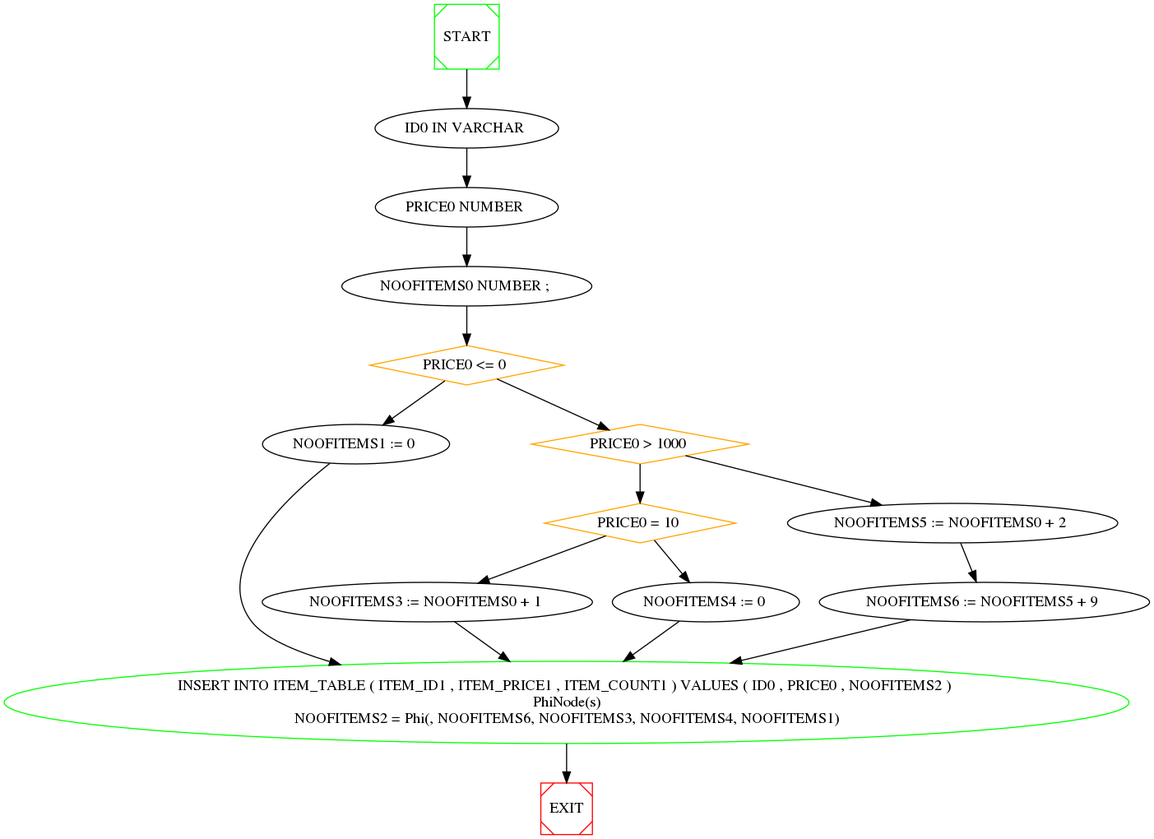
NabeelQaiser/BTP_2k18-19 keeps this Graphviz diagram as se/versioned_phi_node_wala_graph.png. Above is the earlier version. Its source is kept beside it as se/versioned_phi_node_wala_graph.dot.
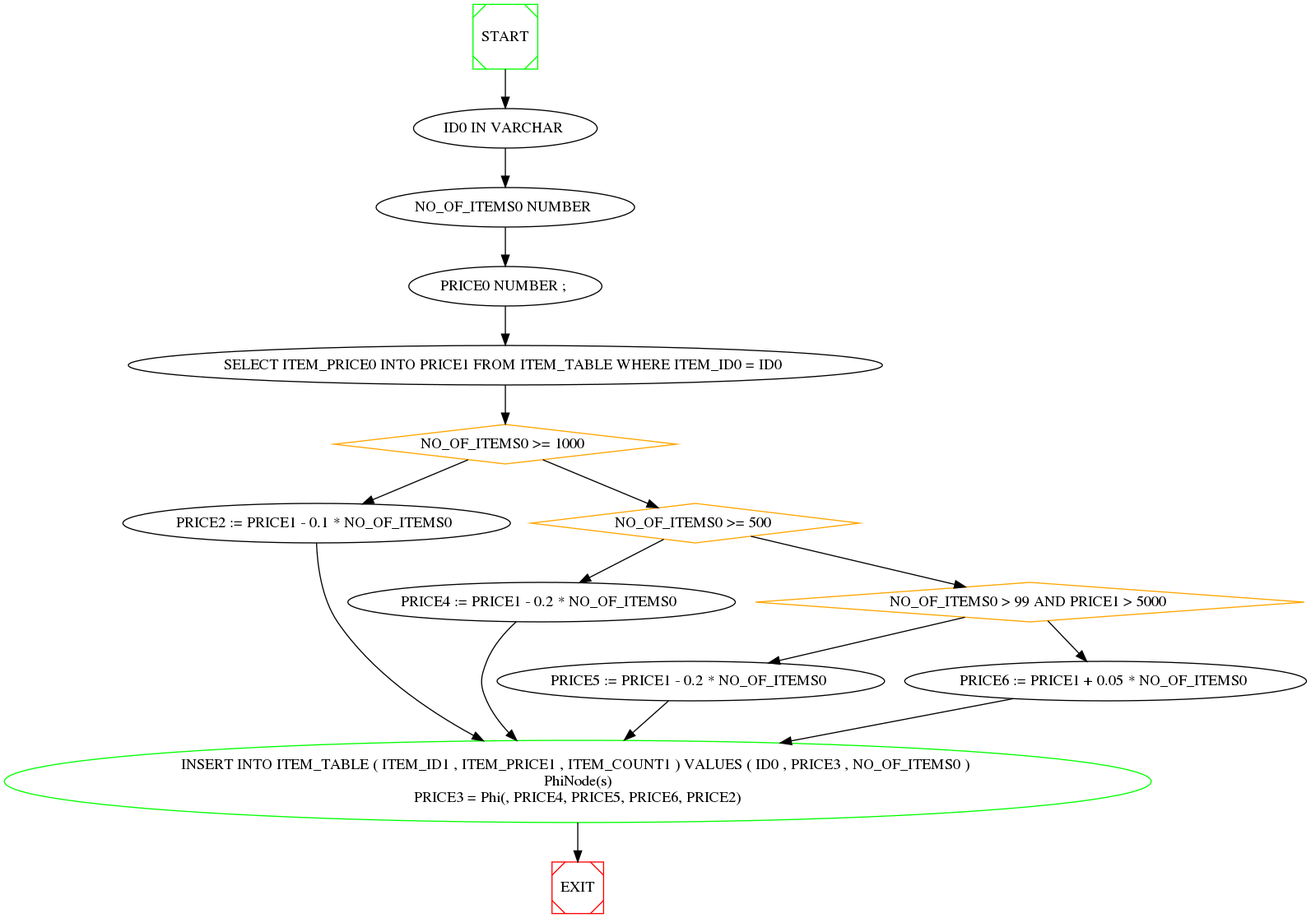
The same file after the commit.

What changed in the source:
```diff
@@ -9,50 +9,50 @@
 
 	1 -> 2 ;
 
-	2[ label="PRICE0 NUMBER "  ] ;
+	2[ label="NO_OF_ITEMS0 NUMBER "  ] ;
 
 	2 -> 3 ;
 
-	3[ label="NOOFITEMS0 NUMBER ; "  ] ;
+	3[ label="PRICE0 NUMBER ; "  ] ;
 
 	3 -> 4 ;
 
-	4[ label="PRICE0 <= 0 " , color=orange, shape=diamond ] ;
+	4[ label="SELECT ITEM_PRICE0 INTO PRICE1 FROM ITEM_TABLE WHERE ITEM_ID0 = ID0 "  ] ;
 
 	4 -> 5 ;
-	4 -> 6 ;
 
-	5[ label="NOOFITEMS1 := 0 "  ] ;
+	5[ label="NO_OF_ITEMS0 >= 1000 " , color=orange, shape=diamond ] ;
 
-	5 -> 12 ;
+	5 -> 6 ;
+	5 -> 7 ;
 
-	6[ label="PRICE0 > 1000 " , color=orange, shape=diamond ] ;
+	6[ label="PRICE2 := PRICE1 - 0.1 * NO_OF_ITEMS0 "  ] ;
 
-	6 -> 9 ;
-	6 -> 7 ;
+	6 -> 12 ;
 
-	7[ label="NOOFITEMS5 := NOOFITEMS0 + 2 "  ] ;
+	7[ label="NO_OF_ITEMS0 >= 500 " , color=orange, shape=diamond ] ;
 
 	7 -> 8 ;
+	7 -> 9 ;
 
-	8[ label="NOOFITEMS6 := NOOFITEMS5 + 9 "  ] ;
+	8[ label="PRICE4 := PRICE1 - 0.2 * NO_OF_ITEMS0 "  ] ;
 
 	8 -> 12 ;
 
-	9[ label="PRICE0 = 10 " , color=orange, shape=diamond ] ;
+	9[ label="NO_OF_ITEMS0 > 99 AND PRICE1 > 5000 " , color=orange, shape=diamond ] ;
 
 	9 -> 10 ;
 	9 -> 11 ;
 
-	10[ label="NOOFITEMS3 := NOOFITEMS0 + 1 "  ] ;
+	10[ label="PRICE5 := PRICE1 - 0.2 * NO_OF_ITEMS0 "  ] ;
 
 	10 -> 12 ;
 
-	11[ label="NOOFITEMS4 := 0 "  ] ;
+	11[ label="PRICE6 := PRICE1 + 0.05 * NO_OF_ITEMS0 "  ] ;
 
 	11 -> 12 ;
 
-	12[ label="INSERT INTO ITEM_TABLE ( ITEM_ID1 , ITEM_PRICE1 , ITEM_COUNT1 ) VALUES ( ID0 , PRICE0 , NOOFITEMS2 ) \nPhiNode(s)\nNOOFITEMS2 = Phi(, NOOFITEMS6, NOOFITEMS3, NOOFITEMS4, NOOFITEMS1)" , color=green ] ;
+	12[ label="INSERT INTO ITEM_TABLE ( ITEM_ID1 , ITEM_PRICE1 , ITEM_COUNT1 ) VALUES ( ID0 , PRICE3 , NO_OF_ITEMS0 ) \nPhiNode(s)\nPRICE3 = Phi(, PRICE4, PRICE5, PRICE6, PRICE2)" , color=green ] ;
 
 
 	0[ label="START", shape=Msquare, color=green ] ;
```
